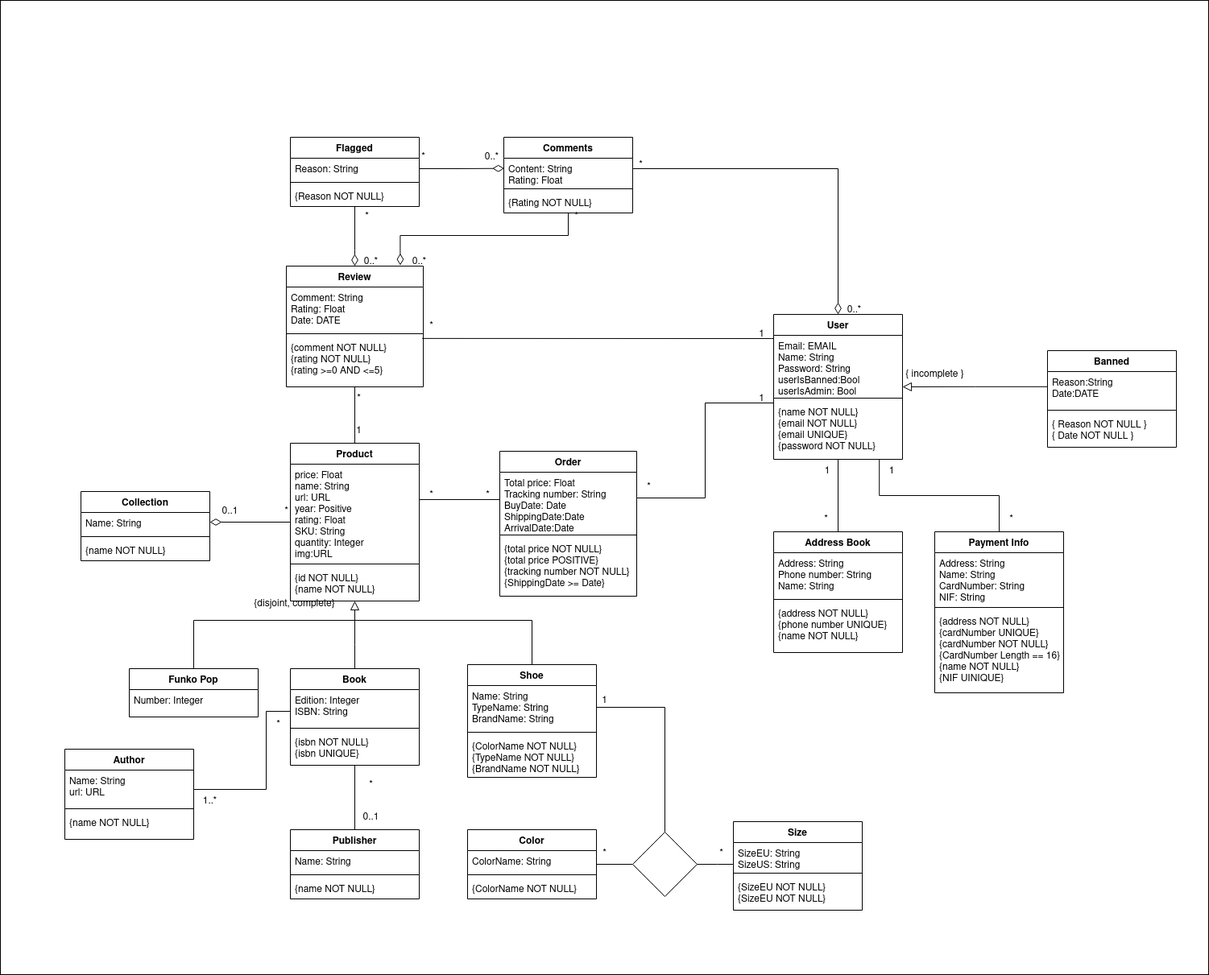
Before: Docs/conceptualDiagram.png, a diagram exported from draw.io (ICWeiner/FEUP-LBAW). Source tidied: cells renumbered, new cells last; positions are measured from the earlier drawing's top-left corner, leaving out a move shared by most shapes.
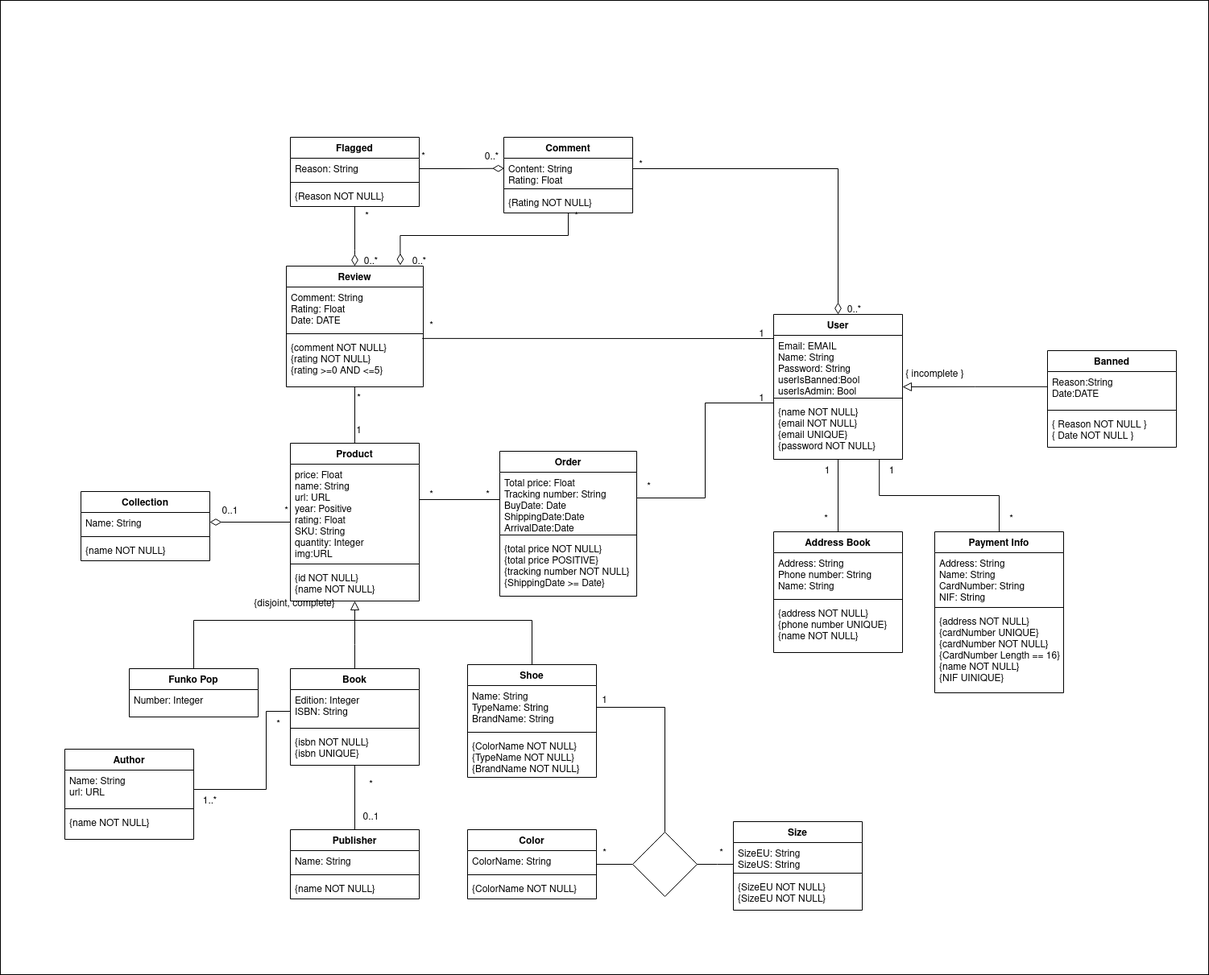
After the change.

Diff of the diagram source:
```diff
@@ -333,7 +333,7 @@
     <mxCell id="96" value="*" style="text;html=1;align=center;verticalAlign=middle;strokeColor=none;fillColor=none;" parent="1" vertex="1">
       <mxGeometry x="700" y="254" width="30" height="30" as="geometry" />
     </mxCell>
-    <mxCell id="97" value="Comments" style="swimlane;fontStyle=1;align=center;verticalAlign=top;horizontal=1;startSize=26;" parent="1" vertex="1">
+    <mxCell id="97" value="Comment" style="swimlane;fontStyle=1;align=center;verticalAlign=top;horizontal=1;startSize=26;" parent="1" vertex="1">
       <mxGeometry x="625" y="170" width="160" height="94" as="geometry" />
     </mxCell>
     <mxCell id="98" value="Content: String&#10;Rating: Float&#10;" style="text;strokeColor=none;fillColor=none;align=left;verticalAlign=top;spacingLeft=4;spacingRight=4;overflow=hidden;points=[[0,0.5],[1,0.5]];portConstraint=eastwest;" parent="97" vertex="1">
```
